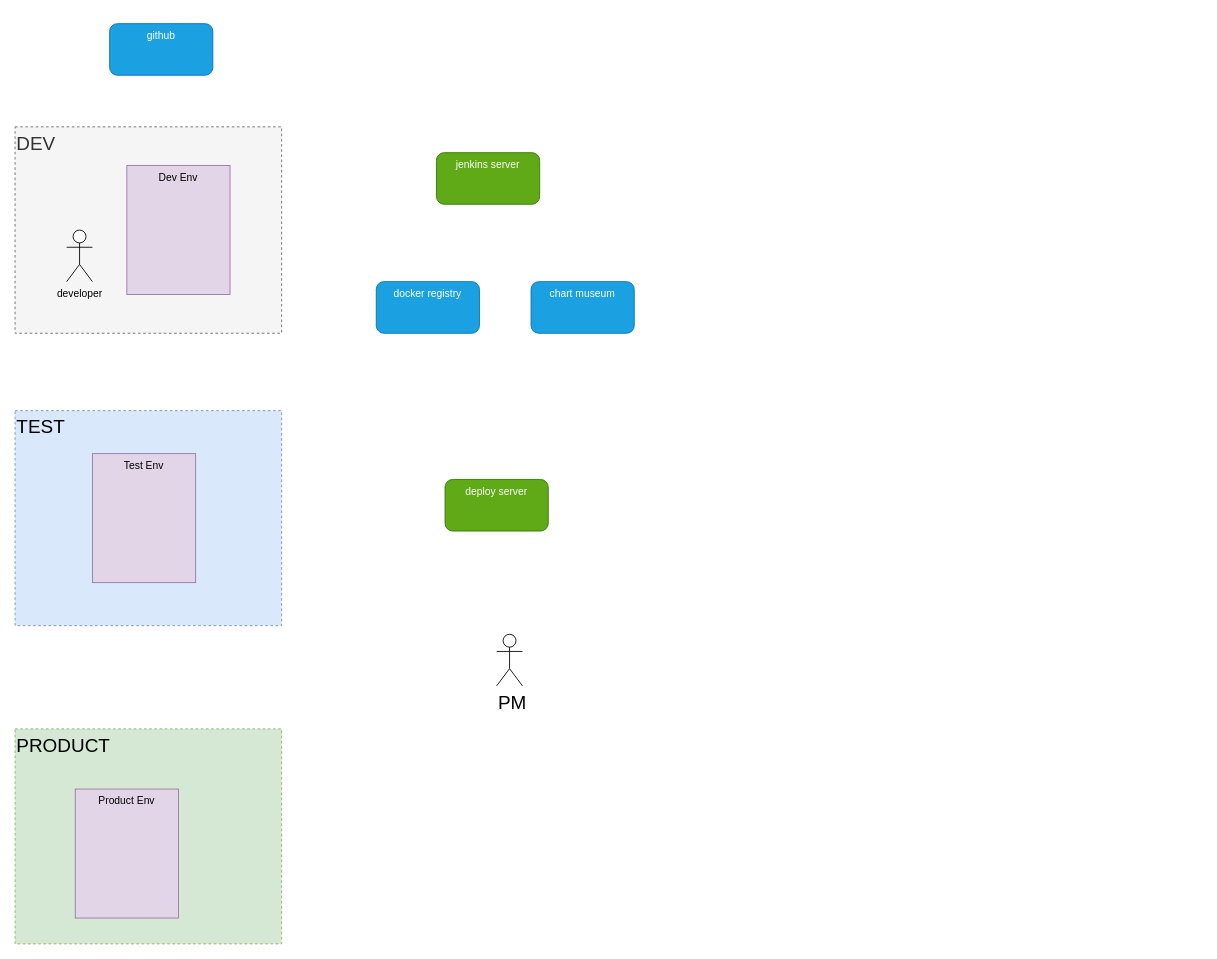
Above: page "Requirements" (1 of 5) of jenkins/resource/jenkins.drawio in jameszhangcn/infrastructure (draw.io), before the change. Source tidied: cells renumbered, new cells numbered last; positions are measured from the earlier drawing's top-left corner, leaving out a move shared by most shapes. Both pictures are drawn from the tidied source at 86%, with x=0, y=0 at pixel (15, 23).
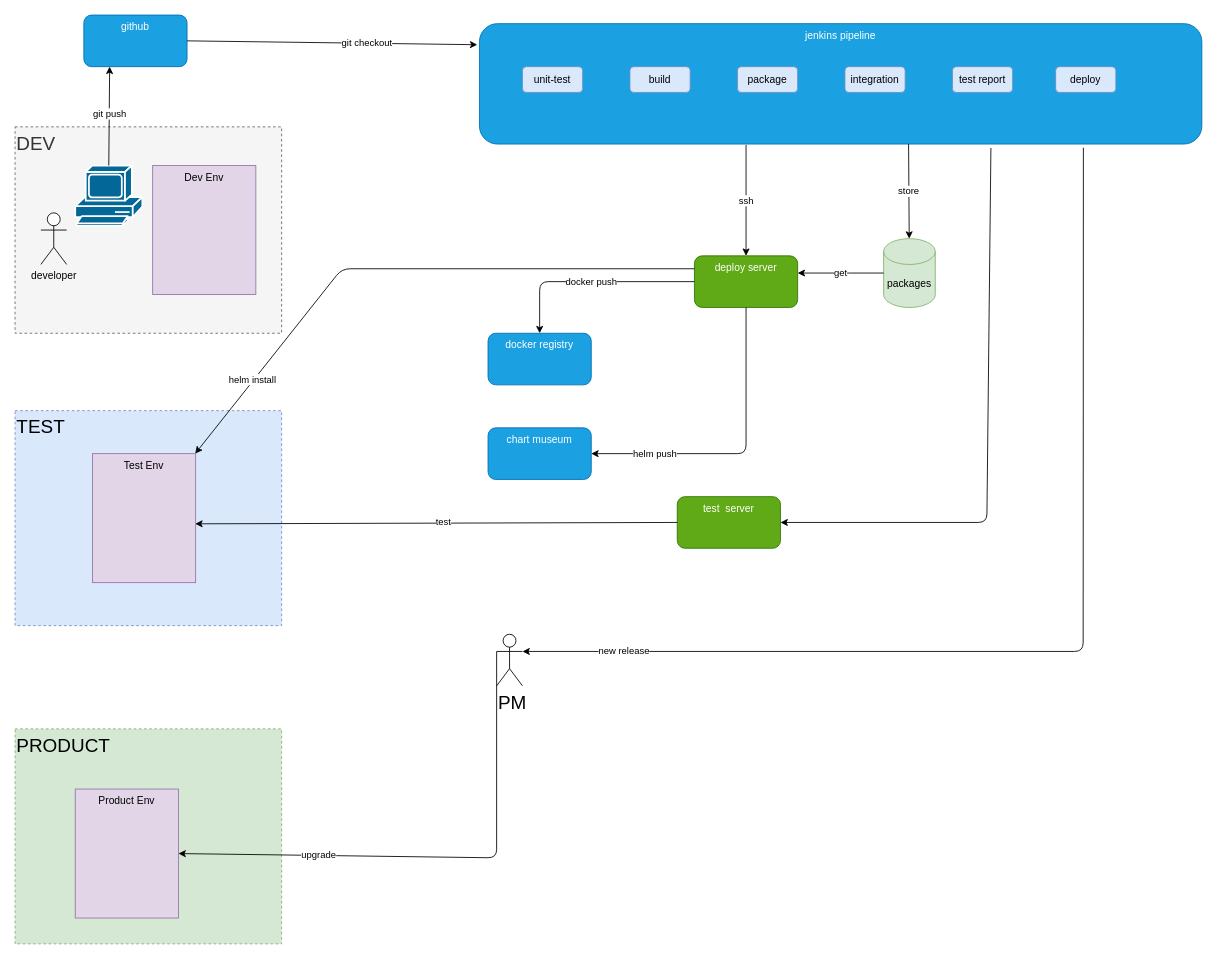
Above is the later version.

Unchanged cells that the change refers to:
```xml
<mxCell id="6" value="Test Env" style="rounded=0;whiteSpace=wrap;html=1;verticalAlign=top;fillColor=#e1d5e7;strokeColor=#9673a6;" parent="1" vertex="1">
  <mxGeometry x="90" y="500" width="120" height="150" as="geometry" />
</mxCell>
<mxCell id="8" value="Product Env" style="rounded=0;whiteSpace=wrap;html=1;verticalAlign=top;fillColor=#e1d5e7;strokeColor=#9673a6;" parent="1" vertex="1">
  <mxGeometry x="70" y="890" width="120" height="150" as="geometry" />
</mxCell>
<mxCell id="11" value="PM" style="shape=umlActor;verticalLabelPosition=bottom;verticalAlign=top;html=1;outlineConnect=0;fontSize=22;align=left;" parent="1" vertex="1">
  <mxGeometry x="560" y="710" width="30" height="60" as="geometry" />
</mxCell>
```

The edit, as a diff of the source:
```diff
@@
     <mxCell id="5" value="Dev Env" style="rounded=0;whiteSpace=wrap;html=1;verticalAlign=top;fillColor=#e1d5e7;strokeColor=#9673a6;" parent="1" vertex="1">
-      <mxGeometry x="130" y="165" width="120" height="150" as="geometry" />
+      <mxGeometry x="160" y="165" width="120" height="150" as="geometry" />
     </mxCell>
@@
     <mxCell id="7" value="developer" style="shape=umlActor;verticalLabelPosition=bottom;verticalAlign=top;html=1;" parent="1" vertex="1">
-      <mxGeometry x="60" y="240" width="30" height="60" as="geometry" />
+      <mxGeometry x="30" y="220" width="30" height="60" as="geometry" />
     </mxCell>
@@
     <mxCell id="9" value="github" style="rounded=1;whiteSpace=wrap;html=1;verticalAlign=top;fillColor=#1ba1e2;strokeColor=#006EAF;fontColor=#ffffff;" parent="1" vertex="1">
-      <mxGeometry x="110" width="120" height="60" as="geometry" />
+      <mxGeometry x="80" y="-10" width="120" height="60" as="geometry" />
     </mxCell>
     <mxCell id="10" value="deploy server" style="rounded=1;whiteSpace=wrap;html=1;verticalAlign=top;fillColor=#60a917;strokeColor=#2D7600;fontColor=#ffffff;" parent="1" vertex="1">
-      <mxGeometry x="500" y="530" width="120" height="60" as="geometry" />
+      <mxGeometry x="790" y="270" width="120" height="60" as="geometry" />
     </mxCell>
@@
     <mxCell id="12" value="docker registry" style="rounded=1;whiteSpace=wrap;html=1;verticalAlign=top;fillColor=#1ba1e2;strokeColor=#006EAF;fontColor=#ffffff;" parent="1" vertex="1">
-      <mxGeometry x="420" y="300" width="120" height="60" as="geometry" />
+      <mxGeometry x="550" y="360" width="120" height="60" as="geometry" />
     </mxCell>
     <mxCell id="13" value="chart museum" style="rounded=1;whiteSpace=wrap;html=1;verticalAlign=top;fillColor=#1ba1e2;strokeColor=#006EAF;fontColor=#ffffff;" parent="1" vertex="1">
-      <mxGeometry x="600" y="300" width="120" height="60" as="geometry" />
+      <mxGeometry x="550" y="470" width="120" height="60" as="geometry" />
     </mxCell>
-    <mxCell id="14" value="jenkins server" style="rounded=1;whiteSpace=wrap;html=1;verticalAlign=top;fillColor=#60a917;strokeColor=#2D7600;fontColor=#ffffff;" parent="1" vertex="1">
-      <mxGeometry x="490" y="150" width="120" height="60" as="geometry" />
+    <mxCell id="14" value="jenkins pipeline" style="rounded=1;whiteSpace=wrap;html=1;verticalAlign=top;fillColor=#1ba1e2;strokeColor=#006EAF;fontColor=#ffffff;" parent="1" vertex="1">
+      <mxGeometry x="540" width="840" height="140" as="geometry" />
     </mxCell>
+    <mxCell id="15" style="shape=mxgraph.cisco.computers_and_peripherals.pc;html=1;dashed=0;fillColor=#036897;strokeColor=#ffffff;strokeWidth=2;verticalLabelPosition=bottom;verticalAlign=top;align=center;outlineConnect=0;" parent="1" vertex="1">
+      <mxGeometry x="70" y="165" width="78" height="70" as="geometry" />
+    </mxCell>
+    <mxCell id="16" style="endArrow=classic;html=1;exitX=1;exitY=0.5;exitDx=0;exitDy=0;entryX=-0.003;entryY=0.175;entryDx=0;entryDy=0;entryPerimeter=0;" parent="1" edge="1" source="9" target="14">
+      <mxGeometry relative="1" as="geometry" />
+    </mxCell>
+    <mxCell id="17" value="git checkout" style="edgeLabel;html=1;align=center;verticalAlign=middle;" parent="16" vertex="1">
+      <mxGeometry x="0.24" relative="1" as="geometry" />
+    </mxCell>
+    <mxCell id="18" value="git push" style="endArrow=classic;html=1;exitX=0.5;exitY=0;exitDx=0;exitDy=0;exitPerimeter=0;entryX=0.25;entryY=1;entryDx=0;entryDy=0;" parent="1" edge="1" source="15" target="9">
+      <mxGeometry x="0.05" relative="1" as="geometry" />
+    </mxCell>
+    <mxCell id="19" value="build" style="rounded=1;whiteSpace=wrap;html=1;fillColor=#dae8fc;strokeColor=#6c8ebf;" parent="1" vertex="1">
+      <mxGeometry x="715" y="50" width="70" height="30" as="geometry" />
+    </mxCell>
+    <mxCell id="20" value="package" style="rounded=1;whiteSpace=wrap;html=1;fillColor=#dae8fc;strokeColor=#6c8ebf;" parent="1" vertex="1">
+      <mxGeometry x="840" y="50" width="70" height="30" as="geometry" />
+    </mxCell>
+    <mxCell id="21" value="unit-test" style="rounded=1;whiteSpace=wrap;html=1;fillColor=#dae8fc;strokeColor=#6c8ebf;" parent="1" vertex="1">
+      <mxGeometry x="590" y="50" width="70" height="30" as="geometry" />
+    </mxCell>
+    <mxCell id="22" value="integration" style="rounded=1;whiteSpace=wrap;html=1;fillColor=#dae8fc;strokeColor=#6c8ebf;" parent="1" vertex="1">
+      <mxGeometry x="965" y="50" width="70" height="30" as="geometry" />
+    </mxCell>
+    <mxCell id="23" value="packages" style="shape=cylinder3;whiteSpace=wrap;html=1;boundedLbl=1;backgroundOutline=1;size=15;fillColor=#d5e8d4;strokeColor=#82b366;" parent="1" vertex="1">
+      <mxGeometry x="1010" y="250" width="60" height="80" as="geometry" />
+    </mxCell>
+    <mxCell id="24" value="store" style="endArrow=classic;html=1;" parent="1" edge="1" target="23">
+      <mxGeometry relative="1" as="geometry">
+        <mxPoint x="1039" y="140" as="sourcePoint" />
+      </mxGeometry>
+    </mxCell>
+    <mxCell id="25" value="get" style="endArrow=classic;html=1;exitX=0;exitY=0.5;exitDx=0;exitDy=0;exitPerimeter=0;" parent="1" edge="1" source="23">
+      <mxGeometry relative="1" as="geometry">
+        <mxPoint x="910" y="290" as="targetPoint" />
+        <Array as="points">
+          <mxPoint x="960" y="290" />
+        </Array>
+      </mxGeometry>
+    </mxCell>
+    <mxCell id="26" value="ssh" style="endArrow=classic;html=1;entryX=0.5;entryY=0;entryDx=0;entryDy=0;" parent="1" edge="1" target="10">
+      <mxGeometry relative="1" as="geometry">
+        <mxPoint x="850" y="141" as="sourcePoint" />
+      </mxGeometry>
+    </mxCell>
+    <mxCell id="27" value="docker push" style="endArrow=classic;html=1;exitX=0;exitY=0.5;exitDx=0;exitDy=0;" parent="1" edge="1" source="10">
+      <mxGeometry relative="1" as="geometry">
+        <mxPoint x="610" y="360" as="targetPoint" />
+        <Array as="points">
+          <mxPoint x="690" y="300" />
+          <mxPoint x="610" y="300" />
+        </Array>
+      </mxGeometry>
+    </mxCell>
+    <mxCell id="28" style="endArrow=classic;html=1;exitX=0.5;exitY=1;exitDx=0;exitDy=0;entryX=1;entryY=0.5;entryDx=0;entryDy=0;" parent="1" edge="1" source="10" target="13">
+      <mxGeometry relative="1" as="geometry">
+        <Array as="points">
+          <mxPoint x="850" y="500" />
+        </Array>
+      </mxGeometry>
+    </mxCell>
+    <mxCell id="29" value="helm push" style="edgeLabel;html=1;align=center;verticalAlign=middle;" parent="28" vertex="1">
+      <mxGeometry x="0.58" y="-1" relative="1" as="geometry" />
+    </mxCell>
+    <mxCell id="30" style="endArrow=classic;html=1;exitX=0;exitY=0.25;exitDx=0;exitDy=0;" parent="1" edge="1" source="10" target="6">
+      <mxGeometry relative="1" as="geometry">
+        <Array as="points">
+          <mxPoint x="380" y="285" />
+        </Array>
+      </mxGeometry>
+    </mxCell>
+    <mxCell id="31" value="helm install" style="edgeLabel;html=1;align=center;verticalAlign=middle;" parent="30" vertex="1">
+      <mxGeometry x="0.68" y="-2" relative="1" as="geometry" />
+    </mxCell>
+    <mxCell id="32" value="test&amp;nbsp; server" style="rounded=1;whiteSpace=wrap;html=1;verticalAlign=top;fillColor=#60a917;strokeColor=#2D7600;fontColor=#ffffff;" parent="1" vertex="1">
+      <mxGeometry x="770" y="550" width="120" height="60" as="geometry" />
+    </mxCell>
+    <mxCell id="33" style="endArrow=classic;html=1;entryX=1;entryY=0.5;entryDx=0;entryDy=0;exitX=0.708;exitY=1.033;exitDx=0;exitDy=0;exitPerimeter=0;" parent="1" edge="1" source="14" target="32">
+      <mxGeometry relative="1" as="geometry">
+        <Array as="points">
+          <mxPoint x="1130" y="580" />
+        </Array>
+      </mxGeometry>
+    </mxCell>
+    <mxCell id="34" style="endArrow=classic;html=1;exitX=0;exitY=0.5;exitDx=0;exitDy=0;entryX=0.996;entryY=0.544;entryDx=0;entryDy=0;entryPerimeter=0;" parent="1" edge="1" source="32" target="6">
+      <mxGeometry relative="1" as="geometry" />
+    </mxCell>
+    <mxCell id="35" value="test" style="edgeLabel;html=1;align=center;verticalAlign=middle;" parent="34" vertex="1">
+      <mxGeometry x="-0.03" y="-2" relative="1" as="geometry" />
+    </mxCell>
+    <mxCell id="36" value="test report" style="rounded=1;whiteSpace=wrap;html=1;fillColor=#dae8fc;strokeColor=#6c8ebf;" parent="1" vertex="1">
+      <mxGeometry x="1090" y="50" width="70" height="30" as="geometry" />
+    </mxCell>
+    <mxCell id="37" value="deploy" style="rounded=1;whiteSpace=wrap;html=1;fillColor=#dae8fc;strokeColor=#6c8ebf;" parent="1" vertex="1">
+      <mxGeometry x="1210" y="50" width="70" height="30" as="geometry" />
+    </mxCell>
+    <mxCell id="38" style="endArrow=classic;html=1;exitX=0.836;exitY=1.03;exitDx=0;exitDy=0;exitPerimeter=0;entryX=1;entryY=0.3333333333333333;entryDx=0;entryDy=0;entryPerimeter=0;" parent="1" edge="1" source="14" target="11">
+      <mxGeometry relative="1" as="geometry">
+        <Array as="points">
+          <mxPoint x="1242" y="730" />
+        </Array>
+      </mxGeometry>
+    </mxCell>
+    <mxCell id="39" value="new release" style="edgeLabel;html=1;align=center;verticalAlign=middle;" parent="38" vertex="1">
+      <mxGeometry x="0.81" y="-1" relative="1" as="geometry" />
+    </mxCell>
+    <mxCell id="40" style="endArrow=classic;html=1;exitX=0;exitY=0.3333333333333333;exitDx=0;exitDy=0;exitPerimeter=0;entryX=1;entryY=0.5;entryDx=0;entryDy=0;" parent="1" edge="1" source="11" target="8">
+      <mxGeometry relative="1" as="geometry">
+        <Array as="points">
+          <mxPoint x="560" y="970" />
+        </Array>
+      </mxGeometry>
+    </mxCell>
+    <mxCell id="41" value="upgrade" style="edgeLabel;html=1;align=center;verticalAlign=middle;" parent="40" vertex="1">
+      <mxGeometry x="0.47" y="-1" relative="1" as="geometry" />
+    </mxCell>
```
